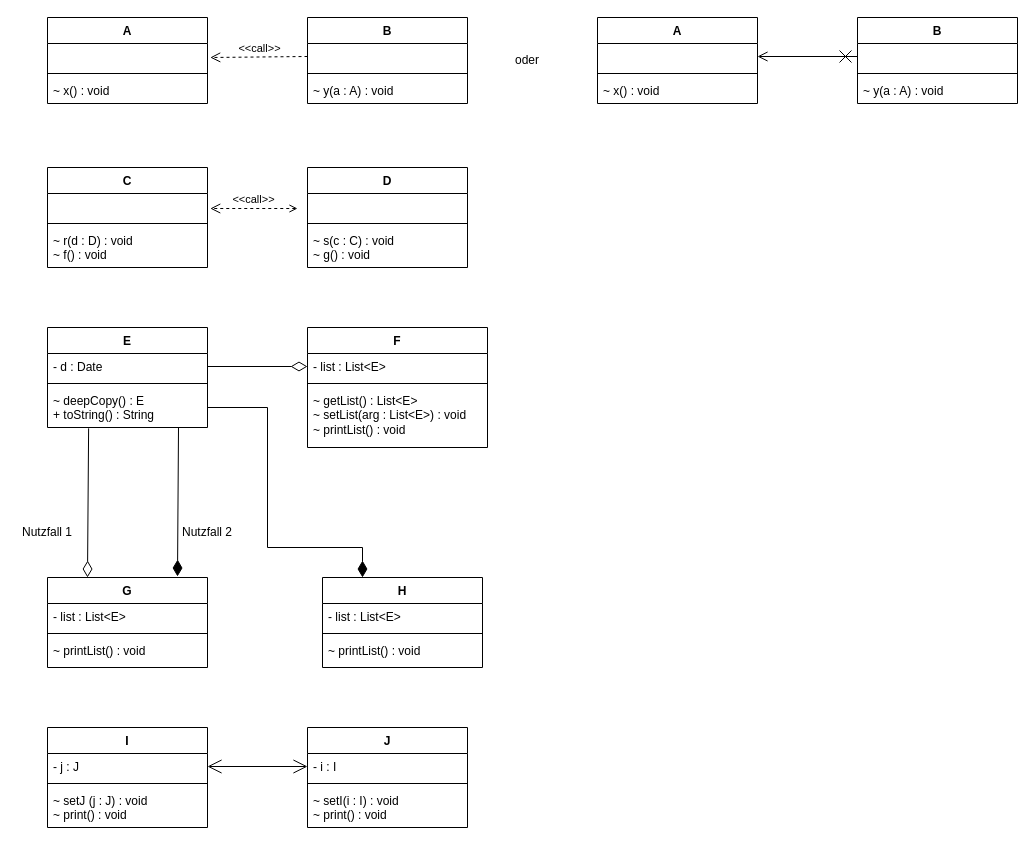
This is Tag_4/Java.drawio from McLutzifer/WIFI_SW-Engineering, a draw.io file, before an edit. Source tidied: cells renumbered, new cells numbered last; positions are measured from the earlier drawing's top-left corner, leaving out a move shared by most shapes. Both pictures are drawn from the tidied source at 100%, with x=0, y=0 at pixel (17, 17).
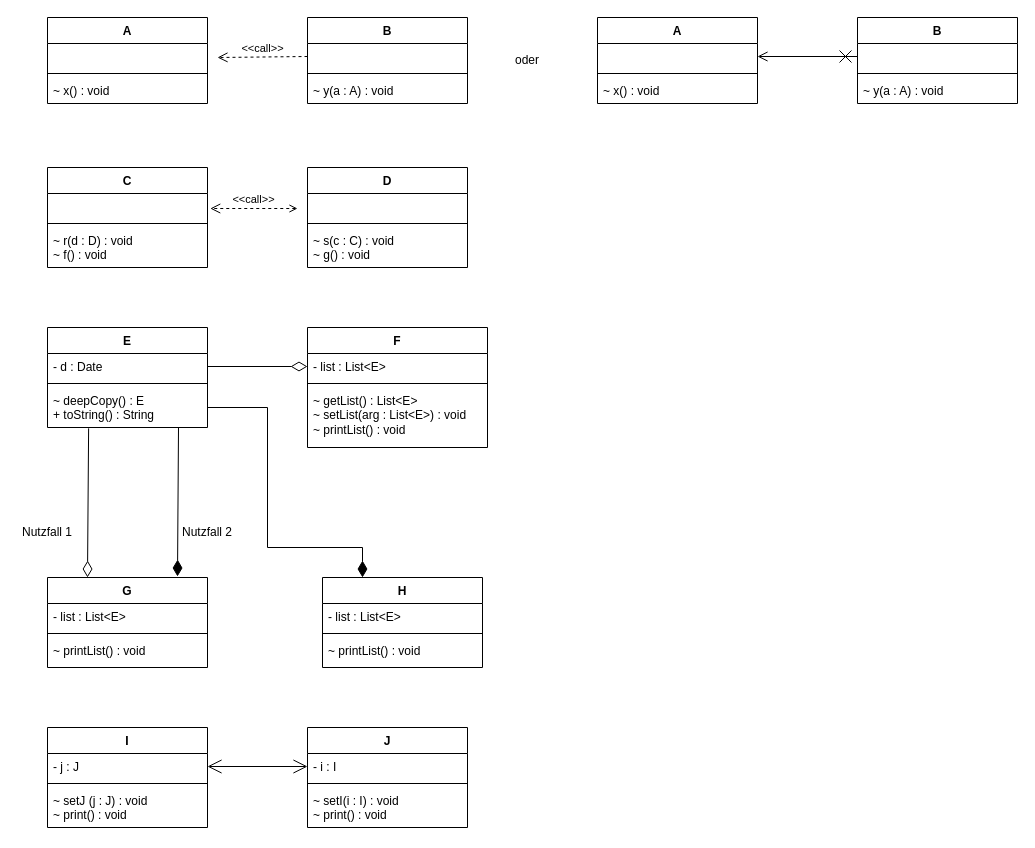
The same page after the edit.

Commit message:
fix: fixing arrowhead mess-up

Unchanged cells that the change refers to:
```xml
<mxCell id="3" value="&amp;nbsp;" style="text;strokeColor=none;fillColor=none;align=left;verticalAlign=top;spacingLeft=4;spacingRight=4;overflow=hidden;points=[[0,0.5],[1,0.5]];portConstraint=eastwest;whiteSpace=wrap;html=1;" parent="2" vertex="1">
  <mxGeometry y="26" width="160" height="26" as="geometry" />
</mxCell>
<mxCell id="7" value="&amp;nbsp;" style="text;strokeColor=none;fillColor=none;align=left;verticalAlign=top;spacingLeft=4;spacingRight=4;overflow=hidden;points=[[0,0.5],[1,0.5]];portConstraint=eastwest;whiteSpace=wrap;html=1;" parent="6" vertex="1">
  <mxGeometry y="26" width="160" height="26" as="geometry" />
</mxCell>
```

Diff of the diagram source:
```diff
@@
-    <mxCell id="10" value="&amp;lt;&amp;lt;call&amp;gt;&amp;gt;" style="html=1;verticalAlign=bottom;endArrow=open;dashed=1;endSize=8;edgeStyle=elbowEdgeStyle;elbow=vertical;curved=0;rounded=0;exitX=0;exitY=0.5;exitDx=0;exitDy=0;entryX=1.017;entryY=0.564;entryDx=0;entryDy=0;entryPerimeter=0;" parent="1" edge="1" source="7" target="3">
-      <mxGeometry relative="1" as="geometry" />
+    <mxCell id="10" value="&amp;lt;&amp;lt;call&amp;gt;&amp;gt;" style="html=1;verticalAlign=bottom;endArrow=open;dashed=1;endSize=8;edgeStyle=elbowEdgeStyle;elbow=vertical;curved=0;rounded=0;exitX=0;exitY=0.5;exitDx=0;exitDy=0;" parent="1" edge="1" source="7">
+      <mxGeometry relative="1" as="geometry">
+        <mxPoint x="200" y="40" as="targetPoint" />
+      </mxGeometry>
     </mxCell>
```
